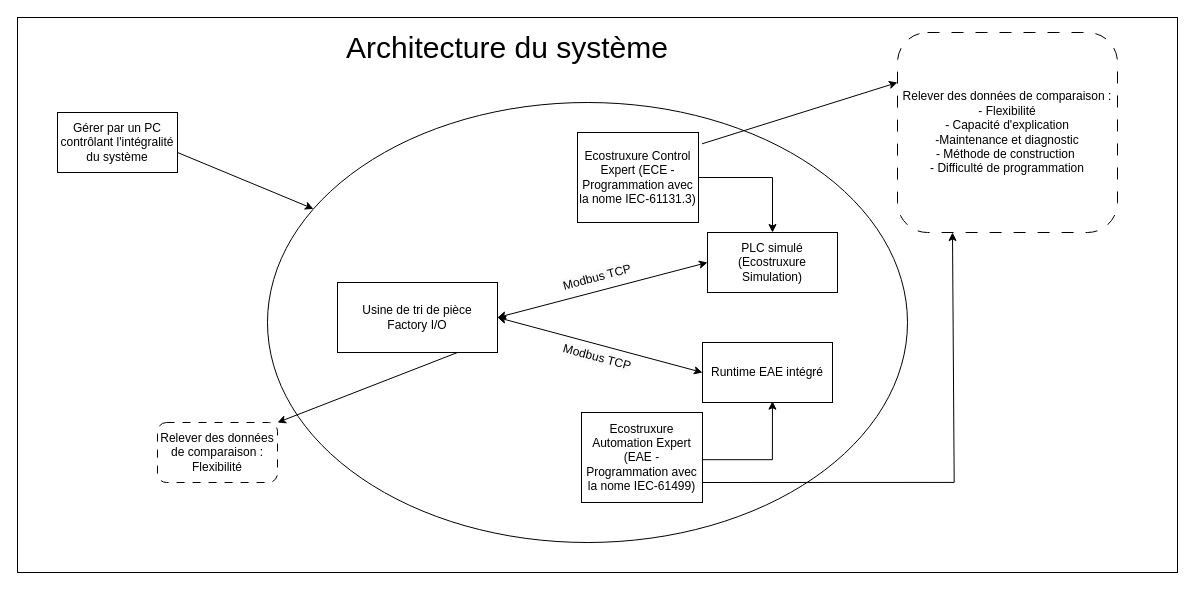
Before: 01 - Cahier des charges/ARCHITECTURE_SYSTEM_PRI_PROJET-IEC61499_V0_2.drawio in ElDLOR/PRI-IEC61499-UniversalAutomation, a draw.io diagram. Source tidied: cells renumbered, new cells numbered last; positions are measured from the earlier drawing's top-left corner, leaving out a move shared by most shapes. Both pictures are drawn from the tidied source at 100%, with x=0, y=0 at pixel (17, 17).
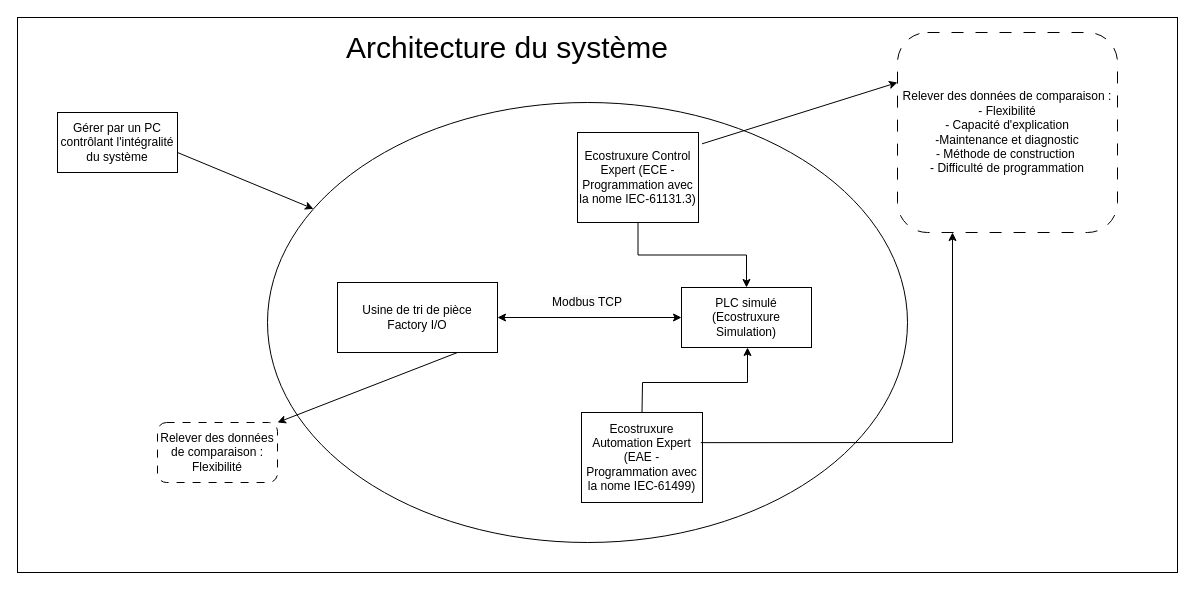
Above is the later version.

The change refers to these unchanged cells:
```xml
<mxCell id="4" value="&lt;div&gt;Usine de tri de pièce&lt;br&gt;Factory I/O&lt;/div&gt;" style="rounded=0;whiteSpace=wrap;html=1;" parent="1" vertex="1">
  <mxGeometry x="320" y="265" width="160" height="70" as="geometry" />
</mxCell>
<mxCell id="8" value="Ecostruxure Automation Expert (EAE - Programmation avec la nome IEC-61499)" style="rounded=0;whiteSpace=wrap;html=1;" parent="1" vertex="1">
  <mxGeometry x="564" y="395" width="121" height="90" as="geometry" />
</mxCell>
<mxCell id="17" value="Relever des données de comparaison :&lt;br&gt;- Flexibilité&lt;div&gt;- Capacité d'explication&lt;/div&gt;&lt;div&gt;-Maintenance et diagnostic&lt;/div&gt;&lt;div&gt;- Méthode de construction&amp;nbsp;&lt;/div&gt;&lt;div&gt;- Difficulté de programmation&lt;/div&gt;" style="rounded=1;whiteSpace=wrap;html=1;dashed=1;dashPattern=12 12;" parent="1" vertex="1">
  <mxGeometry x="880" y="15" width="220" height="200" as="geometry" />
</mxCell>
```

What changed in the source:
```diff
@@
     <mxCell id="5" value="PLC simulé&lt;div&gt;(Ecostruxure Simulation)&lt;/div&gt;" style="rounded=0;whiteSpace=wrap;html=1;" parent="1" vertex="1">
-      <mxGeometry x="690" y="215" width="130" height="60" as="geometry" />
+      <mxGeometry x="664" y="270" width="130" height="60" as="geometry" />
     </mxCell>
-    <mxCell id="6" value="&lt;span style=&quot;color: rgb(0, 0, 0); font-family: Helvetica; font-size: 12px; font-style: normal; font-variant-ligatures: normal; font-variant-caps: normal; font-weight: 400; letter-spacing: normal; orphans: 2; text-align: center; text-indent: 0px; text-transform: none; widows: 2; word-spacing: 0px; -webkit-text-stroke-width: 0px; white-space: normal; background-color: rgb(251, 251, 251); text-decoration-thickness: initial; text-decoration-style: initial; text-decoration-color: initial; display: inline !important; float: none;&quot;&gt;Modbus TCP&lt;/span&gt;" style="text;html=1;align=center;verticalAlign=middle;whiteSpace=wrap;rounded=0;rotation=-15;" parent="1" vertex="1">
-      <mxGeometry x="500" y="245" width="160" height="30" as="geometry" />
+    <mxCell id="6" value="&lt;span style=&quot;color: rgb(0, 0, 0); font-family: Helvetica; font-size: 12px; font-style: normal; font-variant-ligatures: normal; font-variant-caps: normal; font-weight: 400; letter-spacing: normal; orphans: 2; text-align: center; text-indent: 0px; text-transform: none; widows: 2; word-spacing: 0px; -webkit-text-stroke-width: 0px; white-space: normal; background-color: rgb(251, 251, 251); text-decoration-thickness: initial; text-decoration-style: initial; text-decoration-color: initial; display: inline !important; float: none;&quot;&gt;Modbus TCP&lt;/span&gt;" style="text;html=1;align=center;verticalAlign=middle;whiteSpace=wrap;rounded=0;" parent="1" vertex="1">
+      <mxGeometry x="490" y="270" width="160" height="30" as="geometry" />
     </mxCell>
-    <mxCell id="7" style="endArrow=classic;startArrow=classic;html=1;rounded=0;exitX=1;exitY=0.5;exitDx=0;exitDy=0;entryX=0;entryY=0.5;entryDx=0;entryDy=0;" parent="1" edge="1" source="4" target="5">
-      <mxGeometry relative="1" as="geometry" />
+    <mxCell id="7" style="endArrow=classic;startArrow=classic;html=1;rounded=0;exitX=1;exitY=0.5;exitDx=0;exitDy=0;" parent="1" edge="1" source="4">
+      <mxGeometry relative="1" as="geometry">
+        <mxPoint x="664" y="300" as="targetPoint" />
+      </mxGeometry>
     </mxCell>
@@
+    <mxCell id="23" style="endArrow=classic;html=1;rounded=0;exitX=0.5;exitY=0;exitDx=0;exitDy=0;" parent="1" edge="1" source="8">
+      <mxGeometry relative="1" as="geometry">
+        <mxPoint x="730" y="330" as="targetPoint" />
+        <Array as="points">
+          <mxPoint x="625" y="365" />
+          <mxPoint x="730" y="365" />
+        </Array>
+      </mxGeometry>
+    </mxCell>
@@
-    <mxCell id="18" style="endArrow=classic;html=1;rounded=0;exitX=0.986;exitY=0.335;exitDx=0;exitDy=0;entryX=0.25;entryY=1;entryDx=0;entryDy=0;exitPerimeter=0;" parent="1" edge="1" target="17">
+    <mxCell id="18" style="endArrow=classic;html=1;rounded=0;exitX=0.986;exitY=0.335;exitDx=0;exitDy=0;entryX=0.25;entryY=1;entryDx=0;entryDy=0;exitPerimeter=0;" parent="1" edge="1" source="8" target="17">
       <mxGeometry relative="1" as="geometry">
-        <mxPoint x="685" y="465" as="sourcePoint" />
         <Array as="points">
-          <mxPoint x="936.7" y="464.9" />
+          <mxPoint x="935" y="425" />
         </Array>
       </mxGeometry>
     </mxCell>
-    <mxCell id="19" value="&lt;div&gt;Runtime EAE intégré&lt;/div&gt;" style="rounded=0;whiteSpace=wrap;html=1;" parent="1" vertex="1">
-      <mxGeometry x="685" y="325" width="130" height="60" as="geometry" />
-    </mxCell>
-    <mxCell id="20" style="edgeStyle=orthogonalEdgeStyle;rounded=0;jettySize=auto;html=1;exitX=0.992;exitY=0.191;exitDx=0;exitDy=0;exitPerimeter=0;entryX=0.538;entryY=0.978;entryDx=0;entryDy=0;entryPerimeter=0;" parent="1" edge="1" target="19">
-      <mxGeometry relative="1" as="geometry">
-        <mxPoint x="685" y="442.2" as="sourcePoint" />
-        <Array as="points">
-          <mxPoint x="755" y="442" />
-        </Array>
-      </mxGeometry>
-    </mxCell>
-    <mxCell id="21" style="endArrow=classic;startArrow=classic;html=1;rounded=0;exitX=1;exitY=0.5;exitDx=0;exitDy=0;entryX=0;entryY=0.5;entryDx=0;entryDy=0;" parent="1" edge="1" source="4" target="19">
-      <mxGeometry relative="1" as="geometry" />
-    </mxCell>
-    <mxCell id="22" value="&lt;span style=&quot;color: rgb(0, 0, 0); font-family: Helvetica; font-size: 12px; font-style: normal; font-variant-ligatures: normal; font-variant-caps: normal; font-weight: 400; letter-spacing: normal; orphans: 2; text-align: center; text-indent: 0px; text-transform: none; widows: 2; word-spacing: 0px; -webkit-text-stroke-width: 0px; white-space: normal; background-color: rgb(251, 251, 251); text-decoration-thickness: initial; text-decoration-style: initial; text-decoration-color: initial; display: inline !important; float: none;&quot;&gt;Modbus TCP&lt;/span&gt;" style="text;html=1;align=center;verticalAlign=middle;whiteSpace=wrap;rounded=0;rotation=15;" parent="1" vertex="1">
-      <mxGeometry x="500" y="325" width="160" height="30" as="geometry" />
-    </mxCell>
```
